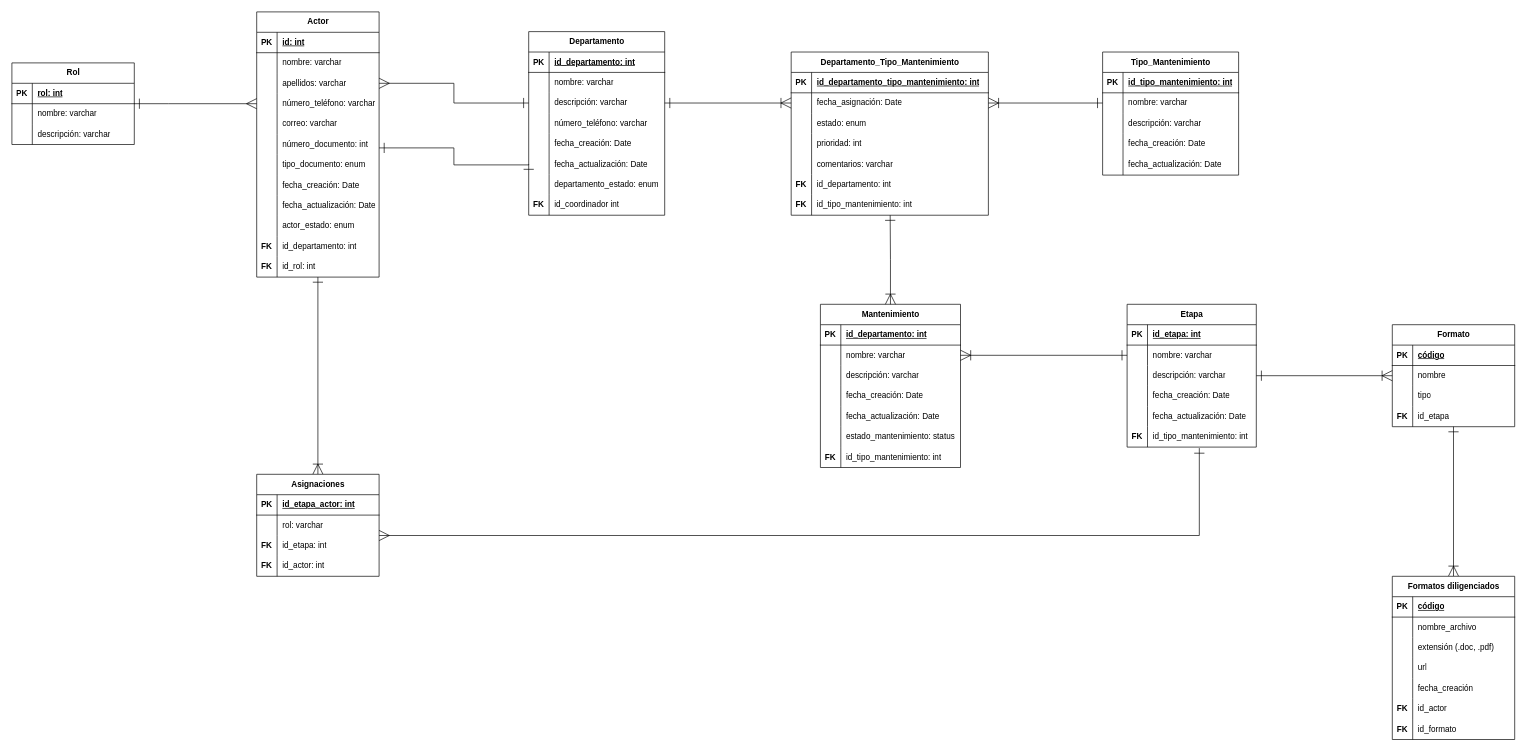
Earlier version of the draw.io diagram Relational model.drawio (DevKike/maintenance_management_system). Source tidied: cells renumbered, new cells numbered last; positions are measured from the earlier drawing's top-left corner, leaving out a move shared by most shapes. Both pictures are drawn from the tidied source at 68%, with x=0, y=0 at pixel (12, 12).
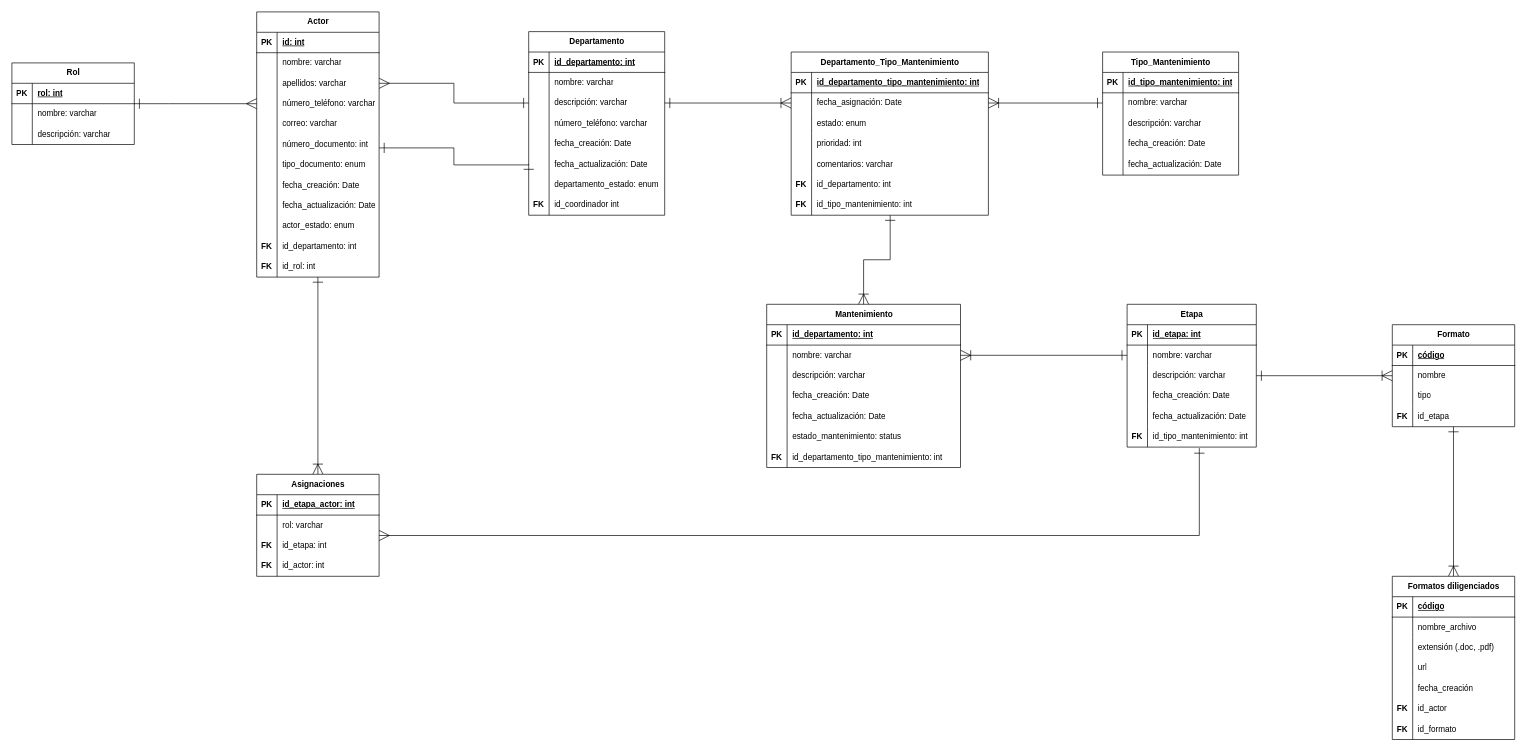
Above is the later version.

Diff of the diagram source:
```diff
@@
     <mxCell id="19" value="Mantenimiento" style="shape=table;startSize=30;childLayout=tableLayout;rowLines=0;fontStyle=1;align=center;html=1;" parent="1" vertex="1">
-      <mxGeometry x="1189" y="430" width="206" height="240" as="geometry" />
+      <mxGeometry x="1110" y="430" width="285" height="240" as="geometry" />
     </mxCell>
     <mxCell id="20" style="shape=tableRow;horizontal=0;startSize=0;swimlaneHead=0;swimlaneBody=0;fillColor=none;top=0;left=0;right=0;bottom=1;" parent="19" vertex="1">
-      <mxGeometry y="30" width="206" height="30" as="geometry" />
+      <mxGeometry y="30" width="285" height="30" as="geometry" />
     </mxCell>
@@
     <mxCell id="22" value="id_departamento: int" style="shape=partialRectangle;fillColor=none;top=0;left=0;bottom=0;right=0;align=left;spacingLeft=6;fontStyle=5;overflow=hidden;whiteSpace=wrap;html=1;" parent="20" vertex="1">
-      <mxGeometry x="30" width="176" height="30" as="geometry" />
+      <mxGeometry x="30" width="255" height="30" as="geometry" />
     </mxCell>
     <mxCell id="23" style="shape=tableRow;horizontal=0;startSize=0;swimlaneHead=0;swimlaneBody=0;fillColor=none;points=[[0,0.5],[1,0.5]];portConstraint=eastwest;top=0;left=0;right=0;bottom=0;" parent="19" vertex="1">
-      <mxGeometry y="60" width="206" height="30" as="geometry" />
+      <mxGeometry y="60" width="285" height="30" as="geometry" />
     </mxCell>
@@
     <mxCell id="25" value="nombre: varchar" style="shape=partialRectangle;fillColor=none;top=0;left=0;bottom=0;right=0;align=left;spacingLeft=6;overflow=hidden;whiteSpace=wrap;html=1;" parent="23" vertex="1">
-      <mxGeometry x="30" width="176" height="30" as="geometry" />
+      <mxGeometry x="30" width="255" height="30" as="geometry" />
     </mxCell>
     <mxCell id="26" style="shape=tableRow;horizontal=0;startSize=0;swimlaneHead=0;swimlaneBody=0;fillColor=none;top=0;left=0;right=0;bottom=0;" parent="19" vertex="1">
-      <mxGeometry y="90" width="206" height="30" as="geometry" />
+      <mxGeometry y="90" width="285" height="30" as="geometry" />
     </mxCell>
@@
     <mxCell id="28" value="descripción: varchar" style="shape=partialRectangle;fillColor=none;top=0;left=0;bottom=0;right=0;align=left;spacingLeft=6;overflow=hidden;whiteSpace=wrap;html=1;" parent="26" vertex="1">
-      <mxGeometry x="30" width="176" height="30" as="geometry" />
+      <mxGeometry x="30" width="255" height="30" as="geometry" />
     </mxCell>
     <mxCell id="29" style="shape=tableRow;horizontal=0;startSize=0;swimlaneHead=0;swimlaneBody=0;fillColor=none;top=0;left=0;right=0;bottom=0;" parent="19" vertex="1">
-      <mxGeometry y="120" width="206" height="30" as="geometry" />
+      <mxGeometry y="120" width="285" height="30" as="geometry" />
     </mxCell>
@@
     <mxCell id="31" value="fecha_creación: Date" style="shape=partialRectangle;fillColor=none;top=0;left=0;bottom=0;right=0;align=left;spacingLeft=6;overflow=hidden;whiteSpace=wrap;html=1;" parent="29" vertex="1">
-      <mxGeometry x="30" width="176" height="30" as="geometry" />
+      <mxGeometry x="30" width="255" height="30" as="geometry" />
     </mxCell>
     <mxCell id="32" style="shape=tableRow;horizontal=0;startSize=0;swimlaneHead=0;swimlaneBody=0;fillColor=none;top=0;left=0;right=0;bottom=0;" parent="19" vertex="1">
-      <mxGeometry y="150" width="206" height="30" as="geometry" />
+      <mxGeometry y="150" width="285" height="30" as="geometry" />
     </mxCell>
@@
     <mxCell id="34" value="fecha_actualización: Date" style="shape=partialRectangle;fillColor=none;top=0;left=0;bottom=0;right=0;align=left;spacingLeft=6;overflow=hidden;whiteSpace=wrap;html=1;" parent="32" vertex="1">
-      <mxGeometry x="30" width="176" height="30" as="geometry" />
+      <mxGeometry x="30" width="255" height="30" as="geometry" />
     </mxCell>
     <mxCell id="35" style="shape=tableRow;horizontal=0;startSize=0;swimlaneHead=0;swimlaneBody=0;fillColor=none;top=0;left=0;right=0;bottom=0;" parent="19" vertex="1">
-      <mxGeometry y="180" width="206" height="30" as="geometry" />
+      <mxGeometry y="180" width="285" height="30" as="geometry" />
     </mxCell>
@@
     <mxCell id="37" value="estado_mantenimiento: status" style="shape=partialRectangle;fillColor=none;top=0;left=0;bottom=0;right=0;align=left;spacingLeft=6;overflow=hidden;whiteSpace=wrap;html=1;" parent="35" vertex="1">
-      <mxGeometry x="30" width="176" height="30" as="geometry" />
+      <mxGeometry x="30" width="255" height="30" as="geometry" />
     </mxCell>
     <mxCell id="38" style="shape=tableRow;horizontal=0;startSize=0;swimlaneHead=0;swimlaneBody=0;fillColor=none;top=0;left=0;right=0;bottom=0;" parent="19" vertex="1">
-      <mxGeometry y="210" width="206" height="30" as="geometry" />
+      <mxGeometry y="210" width="285" height="30" as="geometry" />
     </mxCell>
@@
-    <mxCell id="40" value="id_tipo_mantenimiento: int" style="shape=partialRectangle;fillColor=none;top=0;left=0;bottom=0;right=0;align=left;spacingLeft=6;overflow=hidden;whiteSpace=wrap;html=1;" parent="38" vertex="1">
-      <mxGeometry x="30" width="176" height="30" as="geometry" />
+    <mxCell id="40" value="id_departamento_tipo_mantenimiento: int" style="shape=partialRectangle;fillColor=none;top=0;left=0;bottom=0;right=0;align=left;spacingLeft=6;overflow=hidden;whiteSpace=wrap;html=1;" parent="38" vertex="1">
+      <mxGeometry x="30" width="255" height="30" as="geometry" />
     </mxCell>
```
